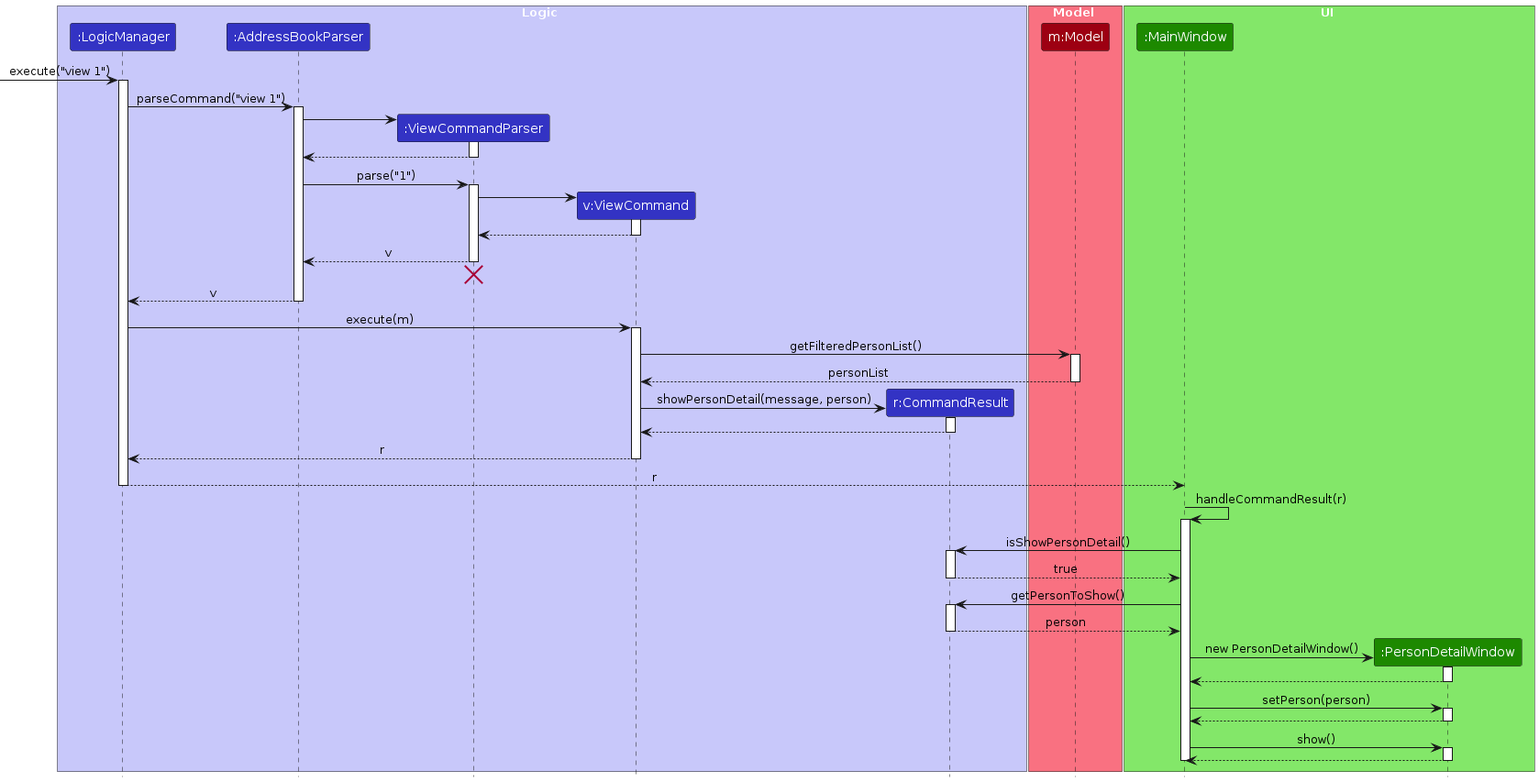
Above: diagrams/ViewCommandSequenceDiagram.png in AY2526S1-CS2103T-F08b-1/tp (PlantUML), before the change. Its source is kept beside it as diagrams/ViewCommandSequenceDiagram.puml.
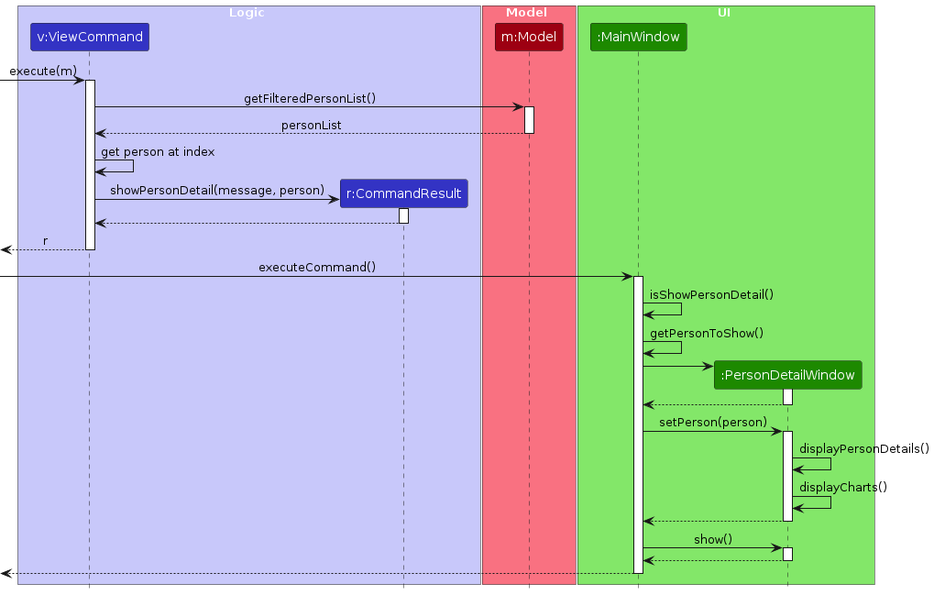
The same diagram one commit later.

The edit, as a diff of the source:
```diff
@@ -3,9 +3,6 @@
 skinparam ArrowFontStyle plain
 
 box Logic LOGIC_COLOR_T1
-participant ":LogicManager" as LogicManager LOGIC_COLOR
-participant ":AddressBookParser" as AddressBookParser LOGIC_COLOR
-participant ":ViewCommandParser" as ViewCommandParser LOGIC_COLOR
 participant "v:ViewCommand" as ViewCommand LOGIC_COLOR
 participant "r:CommandResult" as CommandResult LOGIC_COLOR
 end box
@@ -19,38 +16,7 @@
 participant ":PersonDetailWindow" as PersonDetailWindow UI_COLOR
 end box
 
-[-> LogicManager : execute("view 1")
-activate LogicManager
-
-LogicManager -> AddressBookParser : parseCommand("view 1")
-activate AddressBookParser
-
-create ViewCommandParser
-AddressBookParser -> ViewCommandParser
-activate ViewCommandParser
-
-ViewCommandParser --> AddressBookParser
-deactivate ViewCommandParser
-
-AddressBookParser -> ViewCommandParser : parse("1")
-activate ViewCommandParser
-
-create ViewCommand
-ViewCommandParser -> ViewCommand
-activate ViewCommand
-
-ViewCommand --> ViewCommandParser
-deactivate ViewCommand
-
-ViewCommandParser --> AddressBookParser : v
-deactivate ViewCommandParser
-ViewCommandParser -[hidden]-> AddressBookParser
-destroy ViewCommandParser
-
-AddressBookParser --> LogicManager : v
-deactivate AddressBookParser
-
-LogicManager -> ViewCommand : execute(m)
+[-> ViewCommand : execute(m)
 activate ViewCommand
 
 ViewCommand -> Model : getFilteredPersonList()
@@ -59,6 +25,8 @@
 Model --> ViewCommand : personList
 deactivate Model
 
+ViewCommand -> ViewCommand : get person at index
+
 create CommandResult
 ViewCommand -> CommandResult : showPersonDetail(message, person)
 activate CommandResult
@@ -66,29 +34,18 @@
 CommandResult --> ViewCommand
 deactivate CommandResult
 
-ViewCommand --> LogicManager : r
+[<-- ViewCommand : r
 deactivate ViewCommand
 
-LogicManager --> MainWindow : r
-deactivate LogicManager
-
-MainWindow -> MainWindow : handleCommandResult(r)
+[-> MainWindow : executeCommand()
 activate MainWindow
 
-MainWindow -> CommandResult : isShowPersonDetail()
-activate CommandResult
+MainWindow -> MainWindow : isShowPersonDetail()
 
-CommandResult --> MainWindow : true
-deactivate CommandResult
-
-MainWindow -> CommandResult : getPersonToShow()
-activate CommandResult
-
-CommandResult --> MainWindow : person
-deactivate CommandResult
+MainWindow -> MainWindow : getPersonToShow()
 
 create PersonDetailWindow
-MainWindow -> PersonDetailWindow : new PersonDetailWindow()
+MainWindow -> PersonDetailWindow
 activate PersonDetailWindow
 
 PersonDetailWindow --> MainWindow
@@ -96,6 +53,9 @@
 
 MainWindow -> PersonDetailWindow : setPerson(person)
 activate PersonDetailWindow
+
+PersonDetailWindow -> PersonDetailWindow : displayPersonDetails()
+PersonDetailWindow -> PersonDetailWindow : displayCharts()
 
 PersonDetailWindow --> MainWindow
 deactivate PersonDetailWindow
@@ -106,6 +66,7 @@
 PersonDetailWindow --> MainWindow
 deactivate PersonDetailWindow
 
+[<-- MainWindow
 deactivate MainWindow
 
 @enduml
```
